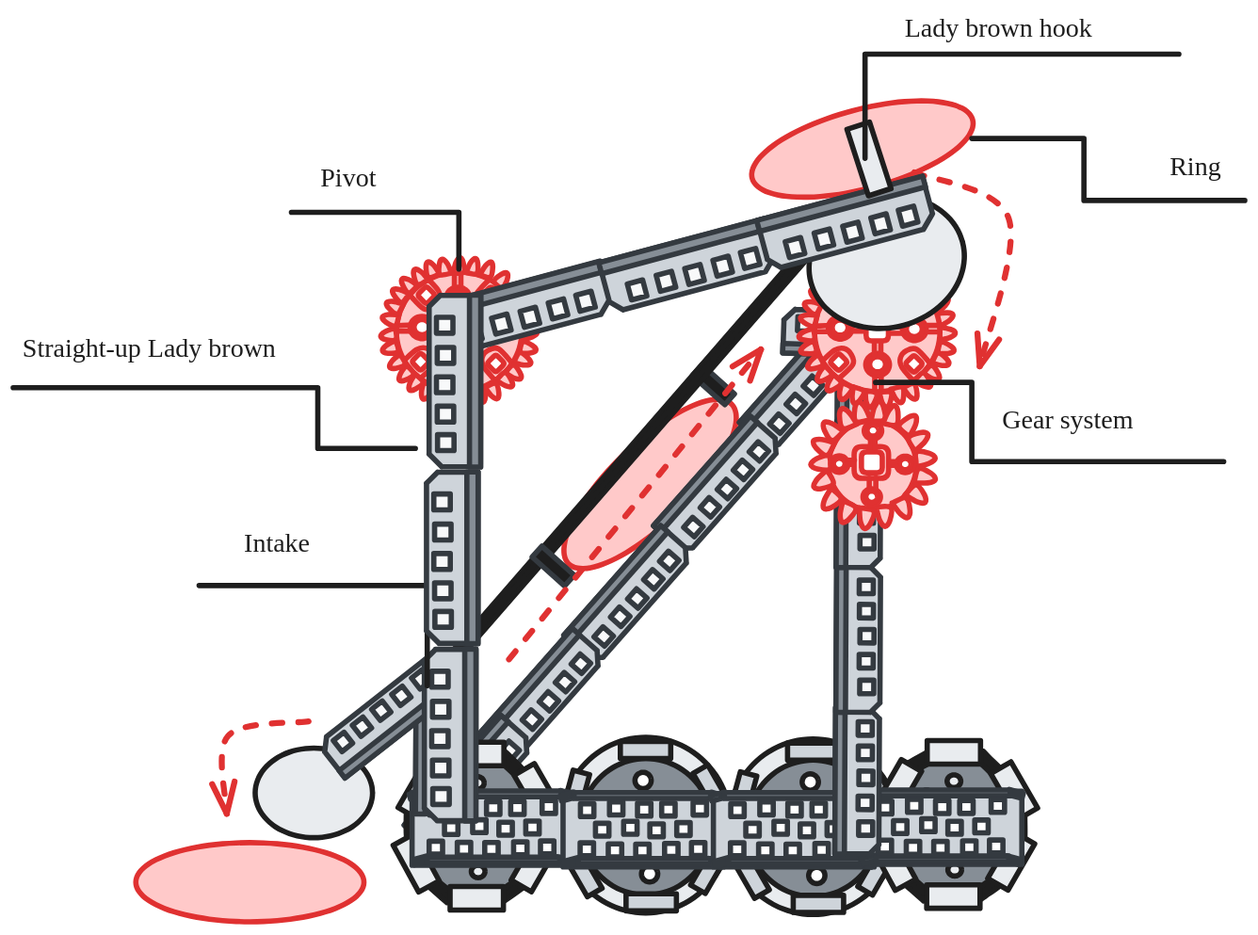
This is entries/ladybrown-1/brainstorm/ladybrown-hook.excalidraw.svg from Area-53-Robotics/53D-High-Stakes-Notebook, a Excalidraw export, as it was before one commit. Source tidied: one line per element, renumbered; positions are measured from the earlier drawing's top-left corner, leaving out a move shared by most shapes.
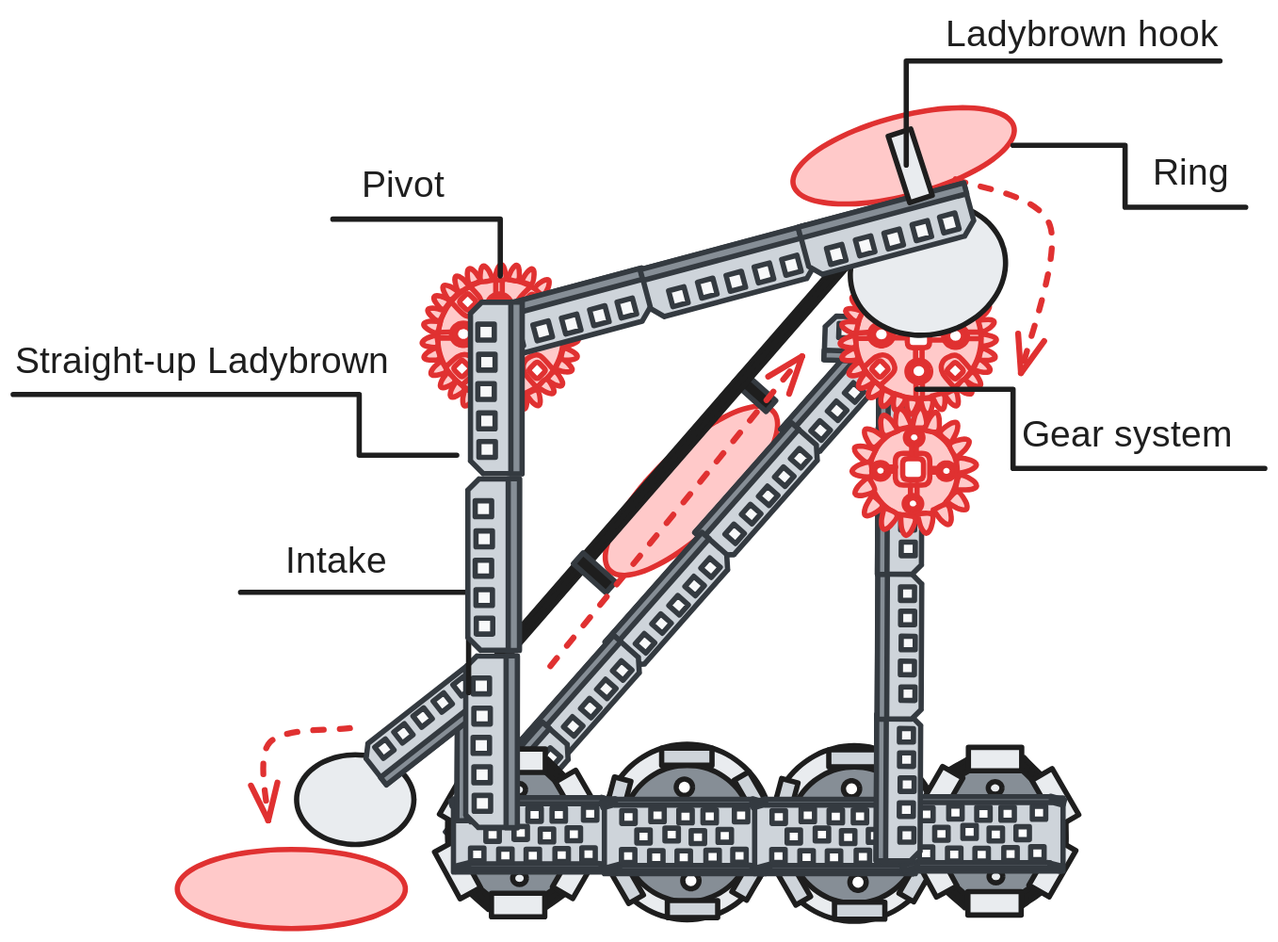
Later version of the same file.

Diff of the diagram source:
```diff
@@ -441,16 +441,16 @@
 {"id": 440, "type": "arrow", "strokeColor": "#e03131", "backgroundColor": "#ffc9c9", "fillStyle": "solid", "strokeWidth": 4, "strokeStyle": "dashed", "roughness": 0, "endArrowhead": "arrow", "round": true, "x": 376, "y": 490, "width": 191, "height": 235, "points": [[0, 0], [191, -235]]}
 {"id": 441, "type": "arrow", "strokeColor": "#e03131", "backgroundColor": "#ffc9c9", "fillStyle": "solid", "strokeWidth": 4, "strokeStyle": "dashed", "roughness": 0, "endArrowhead": "arrow", "round": true, "x": 224, "y": 537, "width": 62, "height": 70, "points": [[0, 0], [-61, 11], [-62, 70]]}
 {"id": 442, "type": "line", "strokeColor": "#1e1e1e", "backgroundColor": "#ffc9c9", "fillStyle": "solid", "strokeWidth": 4, "roughness": 0, "x": 654, "y": 280, "width": 264, "height": 60, "points": [[0, 0], [73, 0], [73, 60], [264, 60]]}
-{"id": 443, "type": "text", "text": "Gear system", "strokeColor": "#1e1e1e", "backgroundColor": "#ffc9c9", "fillStyle": "solid", "strokeWidth": 4, "roughness": 0, "fontSize": 20, "fontFamily": 1, "x": 750, "y": 298, "width": 125, "height": 25}
+{"id": 443, "type": "text", "text": "Gear system", "strokeColor": "#1e1e1e", "backgroundColor": "#ffc9c9", "fillStyle": "solid", "strokeWidth": 4, "roughness": 0, "fontSize": 28, "fontFamily": 1, "x": 734, "y": 298, "width": 175, "height": 35}
-{"id": 444, "type": "text", "text": "Lady brown hook", "strokeColor": "#1e1e1e", "backgroundColor": "#ffc9c9", "fillStyle": "solid", "strokeWidth": 4, "roughness": 0, "fontSize": 20, "fontFamily": 1, "x": 676, "y": 0, "width": 159, "height": 25}
+{"id": 444, "type": "text", "text": "Ladybrown hook", "strokeColor": "#1e1e1e", "backgroundColor": "#ffc9c9", "fillStyle": "solid", "strokeWidth": 4, "roughness": 0, "fontSize": 28, "fontFamily": 1, "x": 676, "y": -5, "width": 209, "height": 35}
-{"id": 445, "type": "line", "strokeColor": "#1e1e1e", "backgroundColor": "#ffc9c9", "fillStyle": "solid", "strokeWidth": 4, "roughness": 0, "x": 0, "y": 284, "width": 305, "height": 46, "points": [[0, 0], [231, 0], [231, 46], [305, 46]]}
+{"id": 445, "type": "line", "strokeColor": "#1e1e1e", "backgroundColor": "#ffc9c9", "fillStyle": "solid", "strokeWidth": 4, "roughness": 0, "x": -32, "y": 284, "width": 336, "height": 46, "points": [[0, 0], [262, 0], [262, 46], [336, 46]]}
-{"id": 446, "type": "text", "text": "Straight-up Lady brown", "strokeColor": "#1e1e1e", "backgroundColor": "#ffc9c9", "fillStyle": "solid", "strokeWidth": 4, "roughness": 0, "fontSize": 20, "fontFamily": 1, "x": 7, "y": 243, "width": 228, "height": 25}
+{"id": 446, "type": "text", "text": "Straight-up Ladybrown", "strokeColor": "#1e1e1e", "backgroundColor": "#ffc9c9", "fillStyle": "solid", "strokeWidth": 4, "roughness": 0, "fontSize": 28, "fontFamily": 1, "x": -30, "y": 243, "width": 305, "height": 35}
 {"id": 447, "type": "line", "strokeColor": "#1e1e1e", "backgroundColor": "#ffc9c9", "fillStyle": "solid", "strokeWidth": 4, "roughness": 0, "x": 338, "y": 194, "width": 127, "height": 43, "points": [[0, 0], [0, -43], [-127, -43]]}
-{"id": 448, "type": "text", "text": "Pivot ", "strokeColor": "#1e1e1e", "backgroundColor": "#ffc9c9", "fillStyle": "solid", "strokeWidth": 4, "roughness": 0, "fontSize": 20, "fontFamily": 1, "x": 233, "y": 114, "width": 60, "height": 25}
+{"id": 448, "type": "text", "text": "Pivot", "strokeColor": "#1e1e1e", "backgroundColor": "#ffc9c9", "fillStyle": "solid", "strokeWidth": 4, "roughness": 0, "fontSize": 28, "fontFamily": 1, "x": 233, "y": 109, "width": 71, "height": 35}
 {"id": 449, "type": "line", "strokeColor": "#1e1e1e", "backgroundColor": "#ffc9c9", "fillStyle": "solid", "strokeWidth": 4, "roughness": 0, "x": 314, "y": 510, "width": 173, "height": 76, "points": [[0, 0], [0, -76], [-173, -76]]}
-{"id": 450, "type": "text", "text": "Intake", "strokeColor": "#1e1e1e", "backgroundColor": "#ffc9c9", "fillStyle": "solid", "strokeWidth": 4, "roughness": 0, "fontSize": 20, "fontFamily": 1, "x": 175, "y": 391, "width": 66, "height": 25}
+{"id": 450, "type": "text", "text": "Intake", "strokeColor": "#1e1e1e", "backgroundColor": "#ffc9c9", "fillStyle": "solid", "strokeWidth": 4, "roughness": 0, "fontSize": 28, "fontFamily": 1, "x": 175, "y": 394, "width": 92, "height": 35}
-{"id": 451, "type": "line", "strokeColor": "#1e1e1e", "backgroundColor": "#ffc9c9", "fillStyle": "solid", "strokeWidth": 4, "roughness": 0, "x": 727, "y": 95, "width": 207, "height": 47, "points": [[0, 0], [85, 0], [85, 47], [207, 47]]}
+{"id": 451, "type": "line", "strokeColor": "#1e1e1e", "backgroundColor": "#ffc9c9", "fillStyle": "solid", "strokeWidth": 4, "roughness": 0, "x": 727, "y": 95, "width": 176, "height": 47, "points": [[0, 0], [85, 0], [85, 47], [176, 47]]}
-{"id": 452, "type": "text", "text": "Ring ", "strokeColor": "#1e1e1e", "backgroundColor": "#ffc9c9", "fillStyle": "solid", "strokeWidth": 4, "roughness": 0, "fontSize": 20, "fontFamily": 1, "x": 877, "y": 105, "width": 47, "height": 25}
+{"id": 452, "type": "text", "text": "Ring", "strokeColor": "#1e1e1e", "backgroundColor": "#ffc9c9", "fillStyle": "solid", "strokeWidth": 4, "roughness": 0, "fontSize": 28, "fontFamily": 1, "x": 833, "y": 100, "width": 52, "height": 35}
 {"id": 453, "type": "line", "strokeColor": "#343a40", "angle": 4.71, "backgroundColor": "#ced4da", "fillStyle": "solid", "strokeWidth": 4, "roughness": 0, "x": 268, "y": 432, "width": 130, "height": 39, "points": [[0, 0], [0, -29], [10, -39], [121, -39], [130, -31], [130, 0], [0, 0]]}
 {"id": 454, "type": "rectangle", "strokeColor": "#343a40", "angle": 4.71, "backgroundColor": "#f8f9fa", "fillStyle": "solid", "strokeWidth": 4, "roughness": 0, "x": 320, "y": 453, "width": 12, "height": 12}
 {"id": 455, "type": "rectangle", "strokeColor": "#343a40", "angle": 4.71, "backgroundColor": "#f8f9fa", "fillStyle": "solid", "strokeWidth": 4, "roughness": 0, "x": 320, "y": 432, "width": 12, "height": 12}
```
